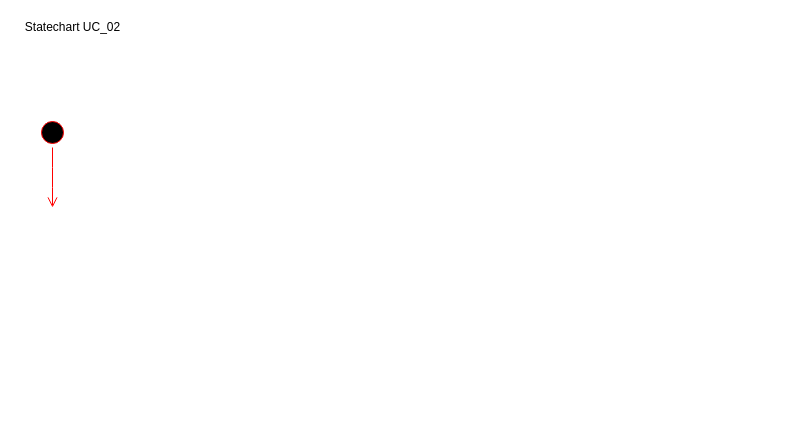
Before: Diagrammi/Statechart Diagram.drawio in lorycris99/Team-HILO, a draw.io diagram. Source tidied: cells renumbered, new cells numbered last; positions are measured from the earlier drawing's top-left corner, leaving out a move shared by most shapes. Both pictures are drawn from the tidied source at 100%, with x=0, y=0 at pixel (17, 17).
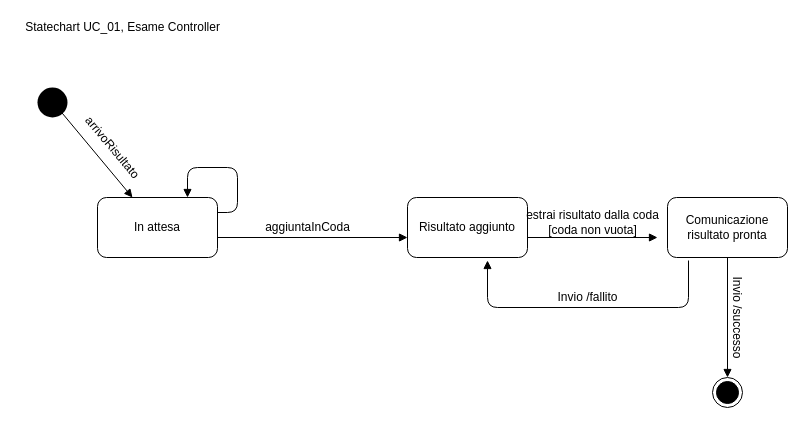
Above is the later version.

Commit message (it also covers changes not shown here):
Added IDs to sequence diagrams

Diff of the diagram source:
```diff
@@
-    <mxCell id="2" style="ellipse;html=1;shape=startState;fillColor=#000000;strokeColor=#ff0000;" parent="1" vertex="1">
-      <mxGeometry x="20" y="100" width="30" height="30" as="geometry" />
-    </mxCell>
-    <mxCell id="3" style="edgeStyle=orthogonalEdgeStyle;html=1;verticalAlign=bottom;endArrow=open;endSize=8;strokeColor=#ff0000;" parent="1" edge="1" source="2">
-      <mxGeometry relative="1" as="geometry">
-        <mxPoint x="35" y="190" as="targetPoint" />
-      </mxGeometry>
-    </mxCell>
-    <mxCell id="4" value="Statechart UC_02" style="text;html=1;align=center;verticalAlign=middle;" parent="1" vertex="1">
-      <mxGeometry width="110" height="20" as="geometry" />
+    <mxCell id="4" value="Statechart UC_01, Esame Controller" style="text;html=1;align=center;verticalAlign=middle;" parent="1" vertex="1">
+      <mxGeometry width="210" height="20" as="geometry" />
     </mxCell>
+    <mxCell id="5" style="ellipse;fillColor=#000000;strokeColor=none;" parent="1" vertex="1">
+      <mxGeometry x="20" y="70" width="30" height="30" as="geometry" />
+    </mxCell>
+    <mxCell id="6" style="html=1;verticalAlign=bottom;endArrow=block;exitX=0.667;exitY=0.667;exitDx=0;exitDy=0;exitPerimeter=0;" parent="1" edge="1" source="5" target="11">
+      <mxGeometry x="0.25" y="30" relative="1" as="geometry" />
+    </mxCell>
+    <mxCell id="7" style="html=1;verticalAlign=bottom;endArrow=block;exitX=0.175;exitY=1.05;exitDx=0;exitDy=0;exitPerimeter=0;" parent="1" edge="1" source="15">
+      <mxGeometry x="0.25" y="30" relative="1" as="geometry">
+        <mxPoint x="470" y="243" as="targetPoint" />
+        <Array as="points">
+          <mxPoint x="671" y="290" />
+          <mxPoint x="470" y="290" />
+        </Array>
+      </mxGeometry>
+    </mxCell>
+    <mxCell id="8" style="html=1;verticalAlign=bottom;endArrow=block;" parent="1" edge="1">
+      <mxGeometry x="0.25" y="30" relative="1" as="geometry">
+        <mxPoint x="510" y="220" as="sourcePoint" />
+        <mxPoint x="640" y="220" as="targetPoint" />
+      </mxGeometry>
+    </mxCell>
+    <mxCell id="9" style="html=1;verticalAlign=bottom;endArrow=block;exitX=1;exitY=0.25;exitDx=0;exitDy=0;entryX=0.75;entryY=0;entryDx=0;entryDy=0;" parent="1" edge="1" source="11" target="11">
+      <mxGeometry x="0.25" y="30" relative="1" as="geometry">
+        <Array as="points">
+          <mxPoint x="220" y="195" />
+          <mxPoint x="220" y="150" />
+          <mxPoint x="170" y="150" />
+        </Array>
+      </mxGeometry>
+    </mxCell>
+    <mxCell id="10" style="html=1;verticalAlign=bottom;endArrow=block;" parent="1" edge="1">
+      <mxGeometry x="0.25" y="30" relative="1" as="geometry">
+        <mxPoint x="200" y="220" as="sourcePoint" />
+        <mxPoint x="390" y="220" as="targetPoint" />
+      </mxGeometry>
+    </mxCell>
+    <mxCell id="11" value="In attesa" style="rounded=1;whiteSpace=wrap;html=1;" parent="1" vertex="1">
+      <mxGeometry x="80" y="180" width="120" height="60" as="geometry" />
+    </mxCell>
+    <mxCell id="12" value="arrivoRisultato" style="text;html=1;align=center;verticalAlign=middle;rotation=50;" parent="1" vertex="1">
+      <mxGeometry x="50" y="120" width="90" height="20" as="geometry" />
+    </mxCell>
+    <mxCell id="13" value="Risultato aggiunto" style="rounded=1;whiteSpace=wrap;html=1;" parent="1" vertex="1">
+      <mxGeometry x="390" y="180" width="120" height="60" as="geometry" />
+    </mxCell>
+    <mxCell id="14" value="aggiuntaInCoda" style="text;html=1;align=center;verticalAlign=middle;" parent="1" vertex="1">
+      <mxGeometry x="240" y="200" width="100" height="20" as="geometry" />
+    </mxCell>
+    <mxCell id="15" value="Comunicazione risultato pronta" style="rounded=1;whiteSpace=wrap;html=1;" parent="1" vertex="1">
+      <mxGeometry x="650" y="180" width="120" height="60" as="geometry" />
+    </mxCell>
+    <mxCell id="16" value="estrai risultato dalla coda&lt;br&gt;[coda non vuota]" style="text;html=1;align=center;verticalAlign=middle;" parent="1" vertex="1">
+      <mxGeometry x="500" y="190" width="150" height="30" as="geometry" />
+    </mxCell>
+    <mxCell id="17" value="Invio /fallito" style="text;html=1;align=center;verticalAlign=middle;" parent="1" vertex="1">
+      <mxGeometry x="530" y="270" width="80" height="20" as="geometry" />
+    </mxCell>
+    <mxCell id="18" style="html=1;verticalAlign=bottom;endArrow=block;exitX=0.5;exitY=1;exitDx=0;exitDy=0;" parent="1" edge="1" source="15" target="20">
+      <mxGeometry x="0.25" y="30" relative="1" as="geometry" />
+    </mxCell>
+    <mxCell id="19" value="Invio /successo" style="text;html=1;align=center;verticalAlign=middle;rotation=90;" parent="1" vertex="1">
+      <mxGeometry x="670" y="290" width="100" height="20" as="geometry" />
+    </mxCell>
+    <mxCell id="20" style="ellipse;html=1;shape=endState;fillColor=#000000;strokeColor=#000000;" parent="1" vertex="1">
+      <mxGeometry x="695" y="360" width="30" height="30" as="geometry" />
+    </mxCell>
```
